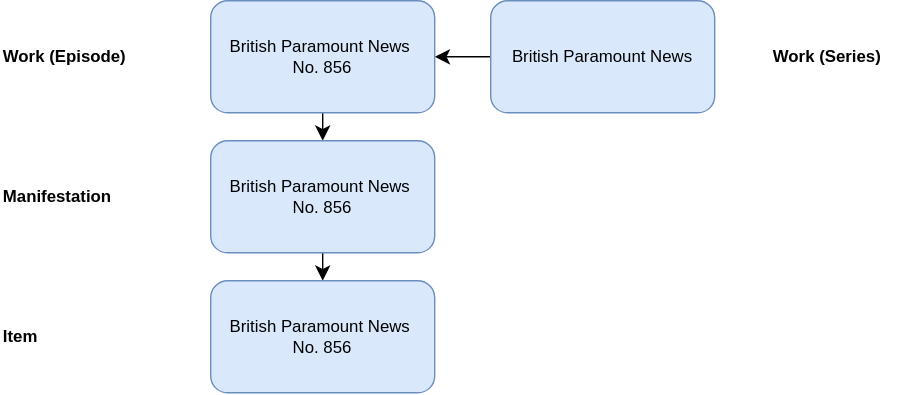
FIAF/fiaf-cataloguing-manual keeps this draw.io diagram as markdown/diagrams/numb_02.drawio.svg. Above is the earlier version. Source tidied: cells renumbered, new cells last; positions are measured from the earlier drawing's top-left corner, leaving out a move shared by most shapes. The source it was exported from:
```xml
<mxGraphModel>
  <root>
    <mxCell id="0" />
    <mxCell id="1" parent="0" />
    <mxCell id="2" style="edgeStyle=none;curved=1;rounded=0;jettySize=auto;html=1;exitX=0;exitY=0.5;exitDx=0;exitDy=0;entryX=1;entryY=0.5;entryDx=0;entryDy=0;fontSize=12;startSize=8;endSize=8;" parent="1" edge="1" source="3" target="5">
      <mxGeometry relative="1" as="geometry" />
    </mxCell>
    <mxCell id="3" value="British Paramount News" style="rounded=1;whiteSpace=wrap;html=1;fillColor=#dae8fc;strokeColor=#6c8ebf;" parent="1" vertex="1">
      <mxGeometry x="350" width="160" height="80" as="geometry" />
    </mxCell>
    <mxCell id="4" style="edgeStyle=none;curved=1;rounded=0;jettySize=auto;html=1;exitX=0.5;exitY=1;exitDx=0;exitDy=0;entryX=0.5;entryY=0;entryDx=0;entryDy=0;fontSize=12;startSize=8;endSize=8;" parent="1" edge="1" source="5" target="10">
      <mxGeometry relative="1" as="geometry" />
    </mxCell>
    <mxCell id="5" value="&lt;div&gt;British Paramount News&amp;nbsp;&lt;/div&gt;&lt;div&gt;No. 856&lt;/div&gt;" style="rounded=1;whiteSpace=wrap;html=1;fillColor=#dae8fc;strokeColor=#6c8ebf;" parent="1" vertex="1">
      <mxGeometry x="150" width="160" height="80" as="geometry" />
    </mxCell>
    <mxCell id="6" value="Work (Series)" style="text;html=1;whiteSpace=wrap;strokeColor=none;fillColor=none;align=left;verticalAlign=middle;rounded=0;fontStyle=1;" parent="1" vertex="1">
      <mxGeometry x="550" y="25" width="110" height="30" as="geometry" />
    </mxCell>
    <mxCell id="7" value="Work (Episode)" style="text;html=1;whiteSpace=wrap;strokeColor=none;fillColor=none;align=left;verticalAlign=middle;rounded=0;fontStyle=1;" parent="1" vertex="1">
      <mxGeometry y="25" width="110" height="30" as="geometry" />
    </mxCell>
    <mxCell id="8" value="Manifestation" style="text;html=1;whiteSpace=wrap;strokeColor=none;fillColor=none;align=left;verticalAlign=middle;rounded=0;fontStyle=1;" parent="1" vertex="1">
      <mxGeometry y="125" width="110" height="30" as="geometry" />
    </mxCell>
    <mxCell id="9" style="edgeStyle=none;curved=1;rounded=0;jettySize=auto;html=1;exitX=0.5;exitY=1;exitDx=0;exitDy=0;entryX=0.5;entryY=0;entryDx=0;entryDy=0;fontSize=12;startSize=8;endSize=8;" parent="1" edge="1" source="10" target="12">
      <mxGeometry relative="1" as="geometry" />
    </mxCell>
    <mxCell id="10" value="&lt;div&gt;British Paramount News&amp;nbsp;&lt;/div&gt;&lt;div&gt;No. 856&lt;/div&gt;" style="rounded=1;whiteSpace=wrap;html=1;fillColor=#dae8fc;strokeColor=#6c8ebf;" parent="1" vertex="1">
      <mxGeometry x="150" y="100" width="160" height="80" as="geometry" />
    </mxCell>
    <mxCell id="11" value="Item" style="text;html=1;whiteSpace=wrap;strokeColor=none;fillColor=none;align=left;verticalAlign=middle;rounded=0;fontStyle=1;" parent="1" vertex="1">
      <mxGeometry y="225" width="110" height="30" as="geometry" />
    </mxCell>
    <mxCell id="12" value="&lt;div&gt;British Paramount News&amp;nbsp;&lt;/div&gt;&lt;div&gt;No. 856&lt;/div&gt;" style="rounded=1;whiteSpace=wrap;html=1;fillColor=#dae8fc;strokeColor=#6c8ebf;" parent="1" vertex="1">
      <mxGeometry x="150" y="200" width="160" height="80" as="geometry" />
    </mxCell>
  </root>
</mxGraphModel>
```
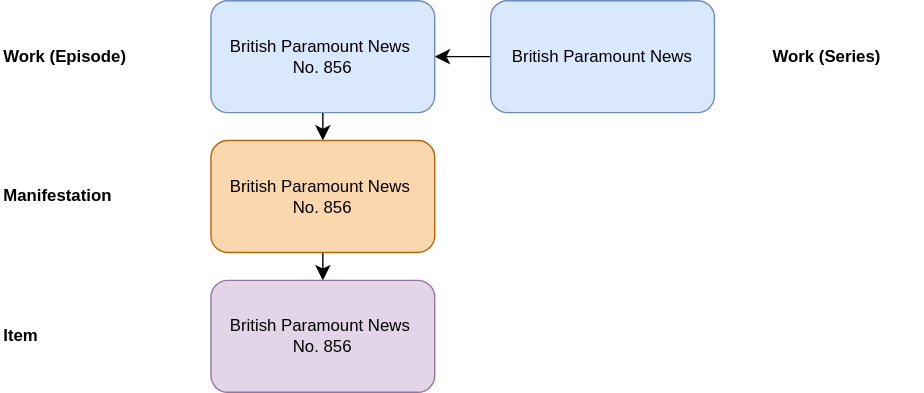
After the commit.

The edit, as a diff of the source:
```diff
@@ -8,9 +8,9 @@
     <mxCell id="3" value="British Paramount News" style="rounded=1;whiteSpace=wrap;html=1;fillColor=#dae8fc;strokeColor=#6c8ebf;" parent="1" vertex="1">
       <mxGeometry x="350" width="160" height="80" as="geometry" />
     </mxCell>
-    <mxCell id="4" style="edgeStyle=none;curved=1;rounded=0;jettySize=auto;html=1;exitX=0.5;exitY=1;exitDx=0;exitDy=0;entryX=0.5;entryY=0;entryDx=0;entryDy=0;fontSize=12;startSize=8;endSize=8;" parent="1" edge="1" source="5" target="10">
-      <mxGeometry relative="1" as="geometry" />
-    </mxCell>
+    <mxCell id="13" style="edgeStyle=none;curved=1;rounded=0;jettySize=auto;html=1;exitX=0.5;exitY=1;exitDx=0;exitDy=0;entryX=0.5;entryY=0;entryDx=0;entryDy=0;fontSize=12;startSize=8;endSize=8;" parent="1" edge="1" source="5" target="15">
+      <mxGeometry relative="1" as="geometry" />
+    </mxCell>
     <mxCell id="5" value="&lt;div&gt;British Paramount News&amp;nbsp;&lt;/div&gt;&lt;div&gt;No. 856&lt;/div&gt;" style="rounded=1;whiteSpace=wrap;html=1;fillColor=#dae8fc;strokeColor=#6c8ebf;" parent="1" vertex="1">
       <mxGeometry x="150" width="160" height="80" as="geometry" />
     </mxCell>
@@ -23,17 +23,17 @@
     <mxCell id="8" value="Manifestation" style="text;html=1;whiteSpace=wrap;strokeColor=none;fillColor=none;align=left;verticalAlign=middle;rounded=0;fontStyle=1;" parent="1" vertex="1">
       <mxGeometry y="125" width="110" height="30" as="geometry" />
     </mxCell>
-    <mxCell id="9" style="edgeStyle=none;curved=1;rounded=0;jettySize=auto;html=1;exitX=0.5;exitY=1;exitDx=0;exitDy=0;entryX=0.5;entryY=0;entryDx=0;entryDy=0;fontSize=12;startSize=8;endSize=8;" parent="1" edge="1" source="10" target="12">
-      <mxGeometry relative="1" as="geometry" />
-    </mxCell>
-    <mxCell id="10" value="&lt;div&gt;British Paramount News&amp;nbsp;&lt;/div&gt;&lt;div&gt;No. 856&lt;/div&gt;" style="rounded=1;whiteSpace=wrap;html=1;fillColor=#dae8fc;strokeColor=#6c8ebf;" parent="1" vertex="1">
-      <mxGeometry x="150" y="100" width="160" height="80" as="geometry" />
-    </mxCell>
+    <mxCell id="14" style="edgeStyle=none;curved=1;rounded=0;jettySize=auto;html=1;exitX=0.5;exitY=1;exitDx=0;exitDy=0;entryX=0.5;entryY=0;entryDx=0;entryDy=0;fontSize=12;startSize=8;endSize=8;" parent="1" edge="1" source="15" target="16">
+      <mxGeometry relative="1" as="geometry" />
+    </mxCell>
+    <mxCell id="15" value="&lt;div&gt;British Paramount News&amp;nbsp;&lt;/div&gt;&lt;div&gt;No. 856&lt;/div&gt;" style="rounded=1;whiteSpace=wrap;html=1;fillColor=#fad7ac;strokeColor=#b46504;" parent="1" vertex="1">
+      <mxGeometry x="150" y="100" width="160" height="80" as="geometry" />
+    </mxCell>
     <mxCell id="11" value="Item" style="text;html=1;whiteSpace=wrap;strokeColor=none;fillColor=none;align=left;verticalAlign=middle;rounded=0;fontStyle=1;" parent="1" vertex="1">
       <mxGeometry y="225" width="110" height="30" as="geometry" />
     </mxCell>
-    <mxCell id="12" value="&lt;div&gt;British Paramount News&amp;nbsp;&lt;/div&gt;&lt;div&gt;No. 856&lt;/div&gt;" style="rounded=1;whiteSpace=wrap;html=1;fillColor=#dae8fc;strokeColor=#6c8ebf;" parent="1" vertex="1">
-      <mxGeometry x="150" y="200" width="160" height="80" as="geometry" />
-    </mxCell>
+    <mxCell id="16" value="&lt;div&gt;British Paramount News&amp;nbsp;&lt;/div&gt;&lt;div&gt;No. 856&lt;/div&gt;" style="rounded=1;whiteSpace=wrap;html=1;fillColor=#e1d5e7;strokeColor=#9673a6;" parent="1" vertex="1">
+      <mxGeometry x="150" y="200" width="160" height="80" as="geometry" />
+    </mxCell>
   </root>
 </mxGraphModel>
```
